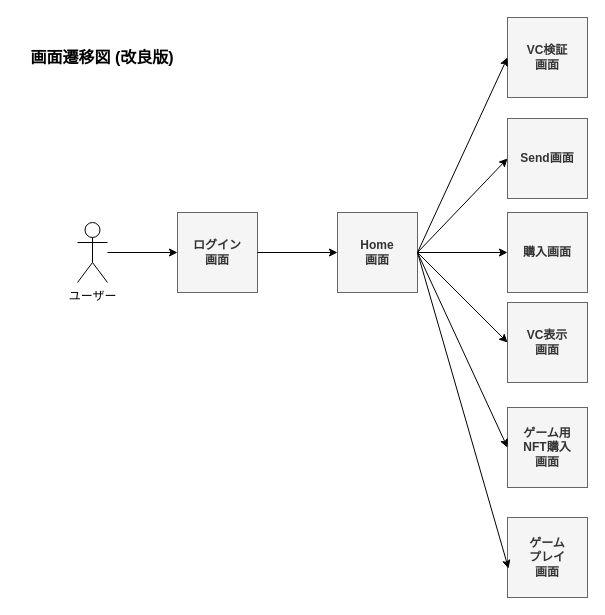
Earlier version of the draw.io diagram page "画面遷移図(改良アイディア)" (6 of 7) of assets/Web3Wallet.drawio (mashharuki/Web3Wallet). Source tidied: cells renumbered, new cells numbered last; positions are measured from the earlier drawing's top-left corner, leaving out a move shared by most shapes. Both pictures are drawn from the tidied source at 100%, with x=0, y=0 at pixel (17, 17).
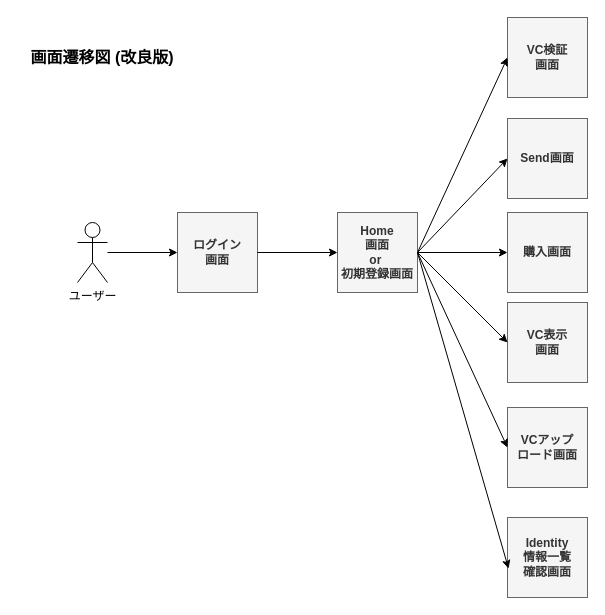
After the change.

Diff of the diagram source:
```diff
@@
-    <mxCell id="4" value="Home&lt;br&gt;画面" style="whiteSpace=wrap;html=1;fontStyle=1;fillColor=#f5f5f5;fontColor=#333333;strokeColor=#666666;" parent="1" vertex="1">
+    <mxCell id="4" value="Home&lt;br&gt;画面&lt;br&gt;or&amp;nbsp;&lt;br&gt;初期登録画面" style="whiteSpace=wrap;html=1;fontStyle=1;fillColor=#f5f5f5;fontColor=#333333;strokeColor=#666666;" parent="1" vertex="1">
       <mxGeometry x="320" y="195" width="80" height="80" as="geometry" />
     </mxCell>
@@
-    <mxCell id="16" value="ゲーム用&lt;br&gt;NFT購入&lt;br&gt;画面" style="whiteSpace=wrap;html=1;fontStyle=1;fillColor=#f5f5f5;fontColor=#333333;strokeColor=#666666;" parent="1" vertex="1">
+    <mxCell id="16" value="VCアップ&lt;br&gt;ロード画面" style="whiteSpace=wrap;html=1;fontStyle=1;fillColor=#f5f5f5;fontColor=#333333;strokeColor=#666666;" parent="1" vertex="1">
       <mxGeometry x="490" y="390" width="80" height="80" as="geometry" />
     </mxCell>
-    <mxCell id="17" value="ゲーム&lt;br&gt;プレイ&lt;br&gt;画面" style="whiteSpace=wrap;html=1;fontStyle=1;fillColor=#f5f5f5;fontColor=#333333;strokeColor=#666666;" parent="1" vertex="1">
+    <mxCell id="17" value="Identity&lt;br&gt;情報一覧&lt;br&gt;確認画面" style="whiteSpace=wrap;html=1;fontStyle=1;fillColor=#f5f5f5;fontColor=#333333;strokeColor=#666666;" parent="1" vertex="1">
       <mxGeometry x="490" y="500" width="80" height="80" as="geometry" />
     </mxCell>
```
